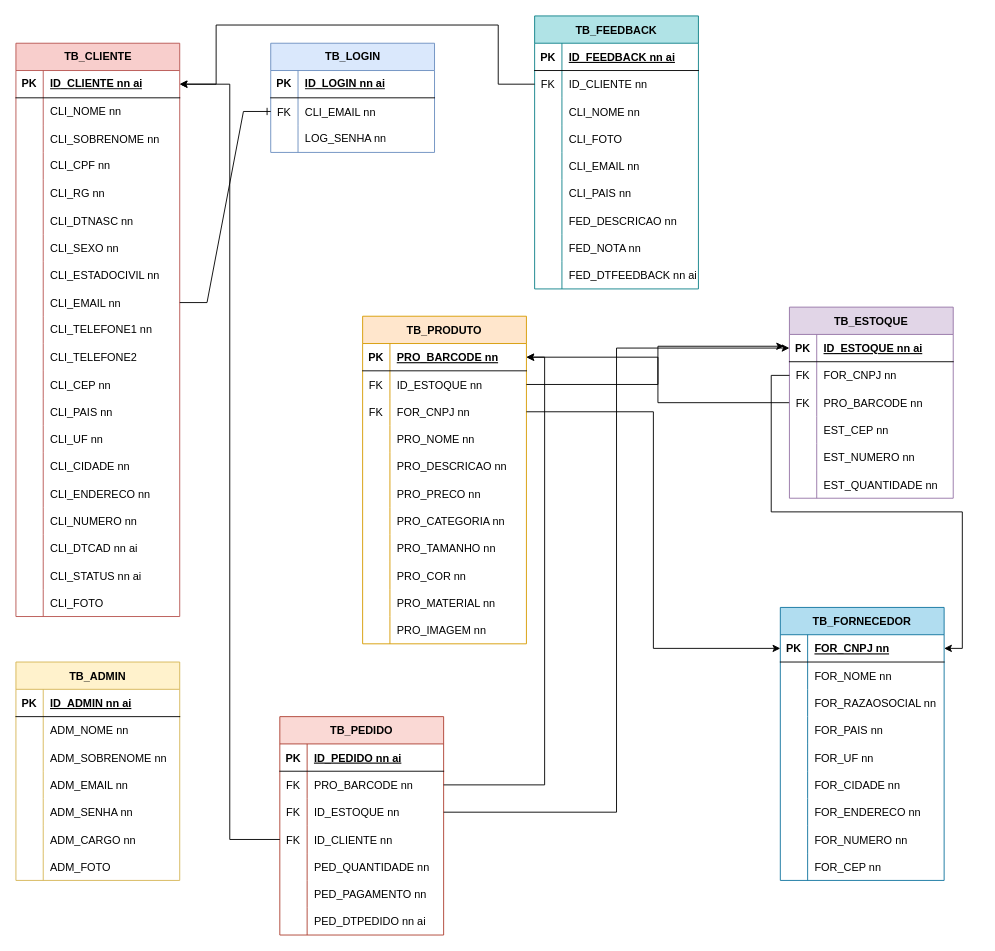
Above: TCC-Copperton/DB-Diagram.drawio in saintplis/TCC-Copperton (draw.io), before the change. Source tidied: cells renumbered, new cells numbered last; positions are measured from the earlier drawing's top-left corner, leaving out a move shared by most shapes. Both pictures are drawn from the tidied source at 91%, with x=0, y=0 at pixel (15, 15).
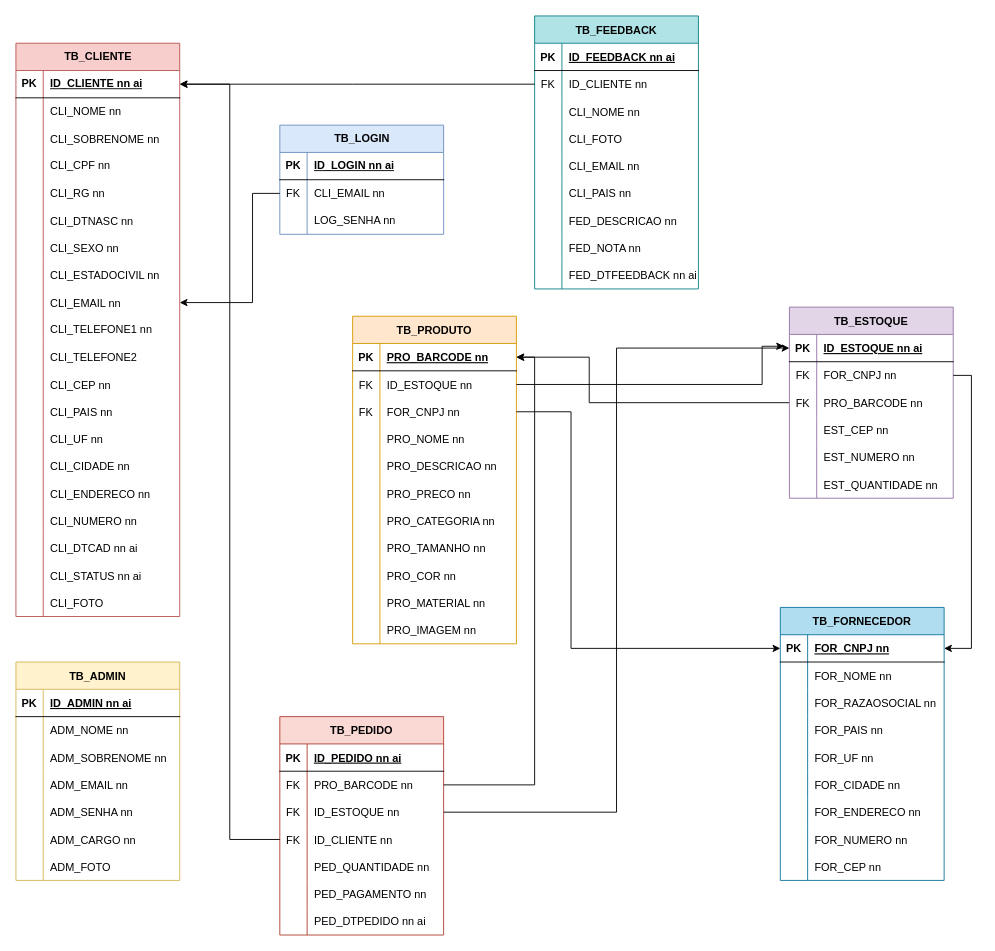
Above is the later version.

Unchanged cells that the change refers to:
```xml
<mxCell id="3" style="shape=tableRow;horizontal=0;startSize=0;swimlaneHead=0;swimlaneBody=0;fillColor=none;points=[[0,0.5],[1,0.5]];portConstraint=eastwest;top=0;left=0;right=0;bottom=1;" parent="2" vertex="1">
  <mxGeometry y="30" width="180" height="30" as="geometry" />
</mxCell>
<mxCell id="27" style="shape=tableRow;horizontal=0;startSize=0;swimlaneHead=0;swimlaneBody=0;fillColor=none;points=[[0,0.5],[1,0.5]];portConstraint=eastwest;top=0;left=0;right=0;bottom=0;" parent="2" vertex="1">
  <mxGeometry y="270" width="180" height="30" as="geometry" />
</mxCell>
<mxCell id="67" style="shape=tableRow;horizontal=0;startSize=0;swimlaneHead=0;swimlaneBody=0;fillColor=none;points=[[0,0.5],[1,0.5]];portConstraint=eastwest;top=0;left=0;right=0;bottom=0;" parent="63" vertex="1">
  <mxGeometry y="60" width="180" height="30" as="geometry" />
</mxCell>
<mxCell id="122" style="shape=tableRow;horizontal=0;startSize=0;swimlaneHead=0;swimlaneBody=0;fillColor=none;points=[[0,0.5],[1,0.5]];portConstraint=eastwest;top=0;left=0;right=0;bottom=0;" parent="118" vertex="1">
  <mxGeometry y="60" width="180" height="30" as="geometry" />
</mxCell>
<mxCell id="147" style="shape=tableRow;horizontal=0;startSize=0;swimlaneHead=0;swimlaneBody=0;fillColor=none;points=[[0,0.5],[1,0.5]];portConstraint=eastwest;top=0;left=0;right=0;bottom=1;" parent="146" vertex="1">
  <mxGeometry y="30" width="180" height="30" as="geometry" />
</mxCell>
<mxCell id="175" style="shape=tableRow;horizontal=0;startSize=0;swimlaneHead=0;swimlaneBody=0;fillColor=none;points=[[0,0.5],[1,0.5]];portConstraint=eastwest;top=0;left=0;right=0;bottom=1;" parent="174" vertex="1">
  <mxGeometry y="30" width="180" height="30" as="geometry" />
</mxCell>
<mxCell id="178" style="shape=tableRow;horizontal=0;startSize=0;swimlaneHead=0;swimlaneBody=0;fillColor=none;points=[[0,0.5],[1,0.5]];portConstraint=eastwest;top=0;left=0;right=0;bottom=0;" parent="174" vertex="1">
  <mxGeometry y="60" width="180" height="30" as="geometry" />
</mxCell>
<mxCell id="181" style="shape=tableRow;horizontal=0;startSize=0;swimlaneHead=0;swimlaneBody=0;fillColor=none;points=[[0,0.5],[1,0.5]];portConstraint=eastwest;top=0;left=0;right=0;bottom=0;" parent="174" vertex="1">
  <mxGeometry y="90" width="180" height="30" as="geometry" />
</mxCell>
<mxCell id="213" value="TB_ESTOQUE" style="shape=table;startSize=30;childLayout=tableLayout;rowLines=0;fontStyle=1;align=center;fillColor=#e1d5e7;strokeColor=#9673a6;" parent="1" vertex="1">
  <mxGeometry x="850" y="320" width="180" height="210" as="geometry" />
</mxCell>
<mxCell id="214" style="shape=tableRow;horizontal=0;startSize=0;swimlaneHead=0;swimlaneBody=0;fillColor=none;points=[[0,0.5],[1,0.5]];portConstraint=eastwest;top=0;left=0;right=0;bottom=1;" parent="213" vertex="1">
  <mxGeometry y="30" width="180" height="30" as="geometry" />
</mxCell>
<mxCell id="217" style="shape=tableRow;horizontal=0;startSize=0;swimlaneHead=0;swimlaneBody=0;fillColor=none;points=[[0,0.5],[1,0.5]];portConstraint=eastwest;top=0;left=0;right=0;bottom=0;" parent="213" vertex="1">
  <mxGeometry y="60" width="180" height="30" as="geometry" />
</mxCell>
```

What changed in the source:
```diff
@@
     <mxCell id="63" value="TB_LOGIN" style="shape=table;startSize=30;childLayout=tableLayout;rowLines=0;fontStyle=1;align=center;html=1;fillColor=#dae8fc;strokeColor=#6c8ebf;" parent="1" vertex="1">
-      <mxGeometry x="280" y="30" width="180" height="120" as="geometry" />
+      <mxGeometry x="290" y="120" width="180" height="120" as="geometry" />
     </mxCell>
@@
-    <mxCell id="73" style="edgeStyle=entityRelationEdgeStyle;fontSize=12;html=1;endArrow=ERone;endFill=1;rounded=0;exitX=1;exitY=0.5;exitDx=0;exitDy=0;entryX=0;entryY=0.5;entryDx=0;entryDy=0;" parent="1" edge="1" source="27" target="67">
-      <mxGeometry relative="1" as="geometry" />
-    </mxCell>
@@
     <mxCell id="174" value="TB_PRODUTO" style="shape=table;startSize=30;childLayout=tableLayout;rowLines=0;fontStyle=1;align=center;fillColor=#ffe6cc;strokeColor=#d79b00;" parent="1" vertex="1">
-      <mxGeometry x="381" y="330" width="180" height="360" as="geometry" />
+      <mxGeometry x="370" y="330" width="180" height="360" as="geometry" />
     </mxCell>
@@
     <mxCell id="208" style="edgeStyle=orthogonalEdgeStyle;rounded=0;jettySize=auto;html=1;entryX=-0.033;entryY=0.433;entryDx=0;entryDy=0;entryPerimeter=0;" parent="1" edge="1" source="178" target="214">
-      <mxGeometry relative="1" as="geometry" />
+      <mxGeometry relative="1" as="geometry">
+        <Array as="points">
+          <mxPoint x="820" y="405" />
+          <mxPoint x="820" y="363" />
+        </Array>
+      </mxGeometry>
     </mxCell>
     <mxCell id="209" style="edgeStyle=orthogonalEdgeStyle;rounded=0;jettySize=auto;html=1;entryX=0;entryY=0.5;entryDx=0;entryDy=0;" parent="1" edge="1" source="181" target="147">
-      <mxGeometry relative="1" as="geometry" />
+      <mxGeometry relative="1" as="geometry">
+        <Array as="points">
+          <mxPoint x="610" y="435" />
+          <mxPoint x="610" y="695" />
+        </Array>
+      </mxGeometry>
     </mxCell>
@@
     <mxCell id="212" style="edgeStyle=orthogonalEdgeStyle;rounded=0;jettySize=auto;html=1;entryX=1;entryY=0.5;entryDx=0;entryDy=0;" parent="1" edge="1" source="213" target="175">
-      <mxGeometry relative="1" as="geometry" />
+      <mxGeometry relative="1" as="geometry">
+        <Array as="points">
+          <mxPoint x="630" y="425" />
+          <mxPoint x="630" y="375" />
+        </Array>
+      </mxGeometry>
     </mxCell>
@@
     <mxCell id="233" style="edgeStyle=orthogonalEdgeStyle;rounded=0;jettySize=auto;html=1;entryX=1;entryY=0.5;entryDx=0;entryDy=0;" parent="1" edge="1" source="217" target="147">
-      <mxGeometry relative="1" as="geometry" />
+      <mxGeometry relative="1" as="geometry">
+        <Array as="points">
+          <mxPoint x="1050" y="395" />
+          <mxPoint x="1050" y="695" />
+        </Array>
+      </mxGeometry>
     </mxCell>
     <mxCell id="234" style="edgeStyle=orthogonalEdgeStyle;rounded=0;jettySize=auto;html=1;entryX=1;entryY=0.5;entryDx=0;entryDy=0;" parent="1" edge="1" source="122" target="3">
       <mxGeometry relative="1" as="geometry">
         <Array as="points">
-          <mxPoint x="530" y="75" />
-          <mxPoint x="530" y="10" />
-          <mxPoint x="220" y="10" />
-          <mxPoint x="220" y="75" />
+          <mxPoint x="370" y="75" />
+          <mxPoint x="370" y="75" />
         </Array>
       </mxGeometry>
     </mxCell>
+    <mxCell id="235" style="edgeStyle=orthogonalEdgeStyle;rounded=0;jettySize=auto;html=1;exitX=0;exitY=0.5;exitDx=0;exitDy=0;entryX=1;entryY=0.5;entryDx=0;entryDy=0;" parent="1" edge="1" source="67" target="27">
+      <mxGeometry relative="1" as="geometry">
+        <Array as="points">
+          <mxPoint x="260" y="195" />
+          <mxPoint x="260" y="315" />
+        </Array>
+      </mxGeometry>
+    </mxCell>
```
